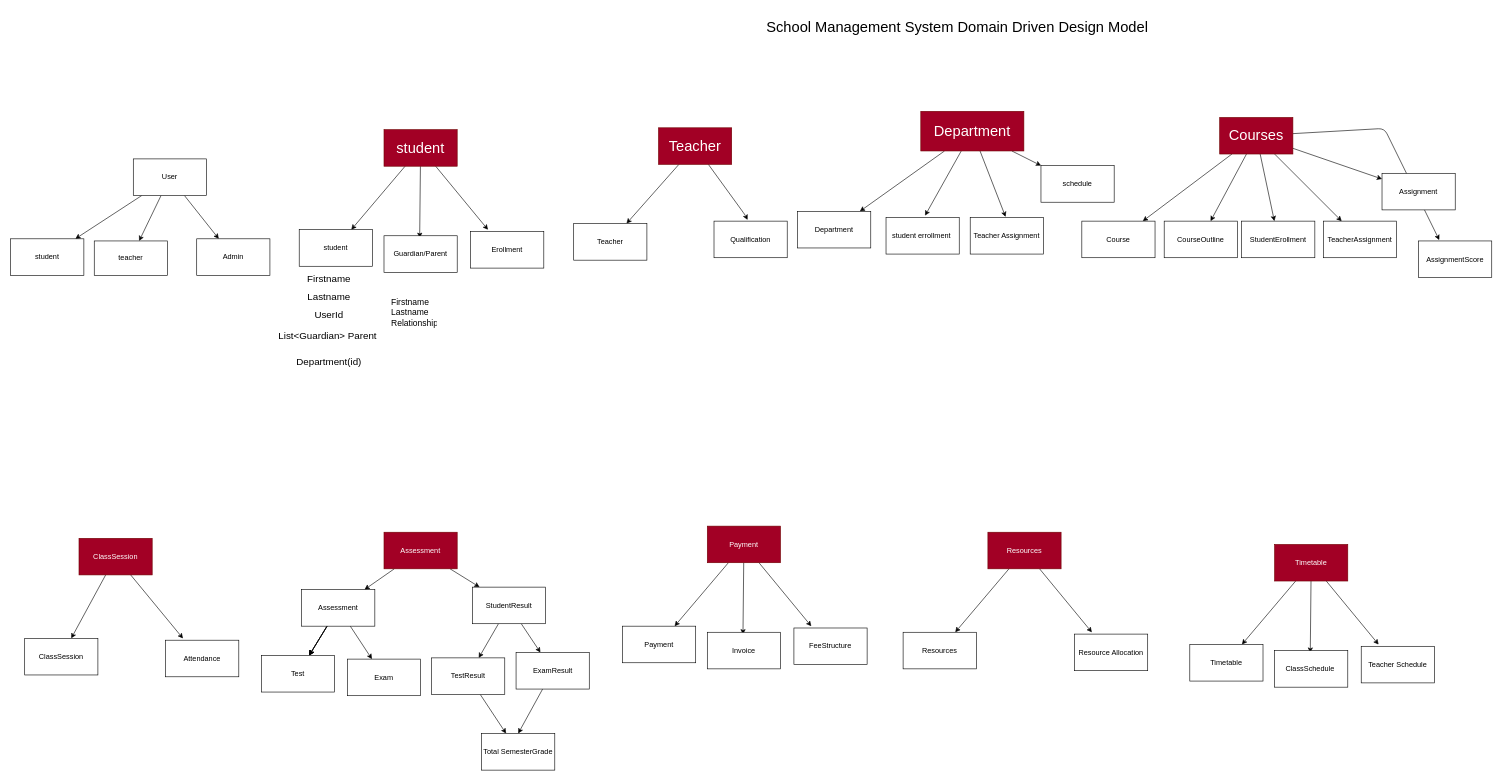
This is app.drawio from hakeem2499/SchoolAutomation, a draw.io file, before an edit. Source tidied: cells renumbered, new cells numbered last; positions are measured from the earlier drawing's top-left corner, leaving out a move shared by most shapes. Both pictures are drawn from the tidied source at 61%, with x=0, y=0 at pixel (10, 10).
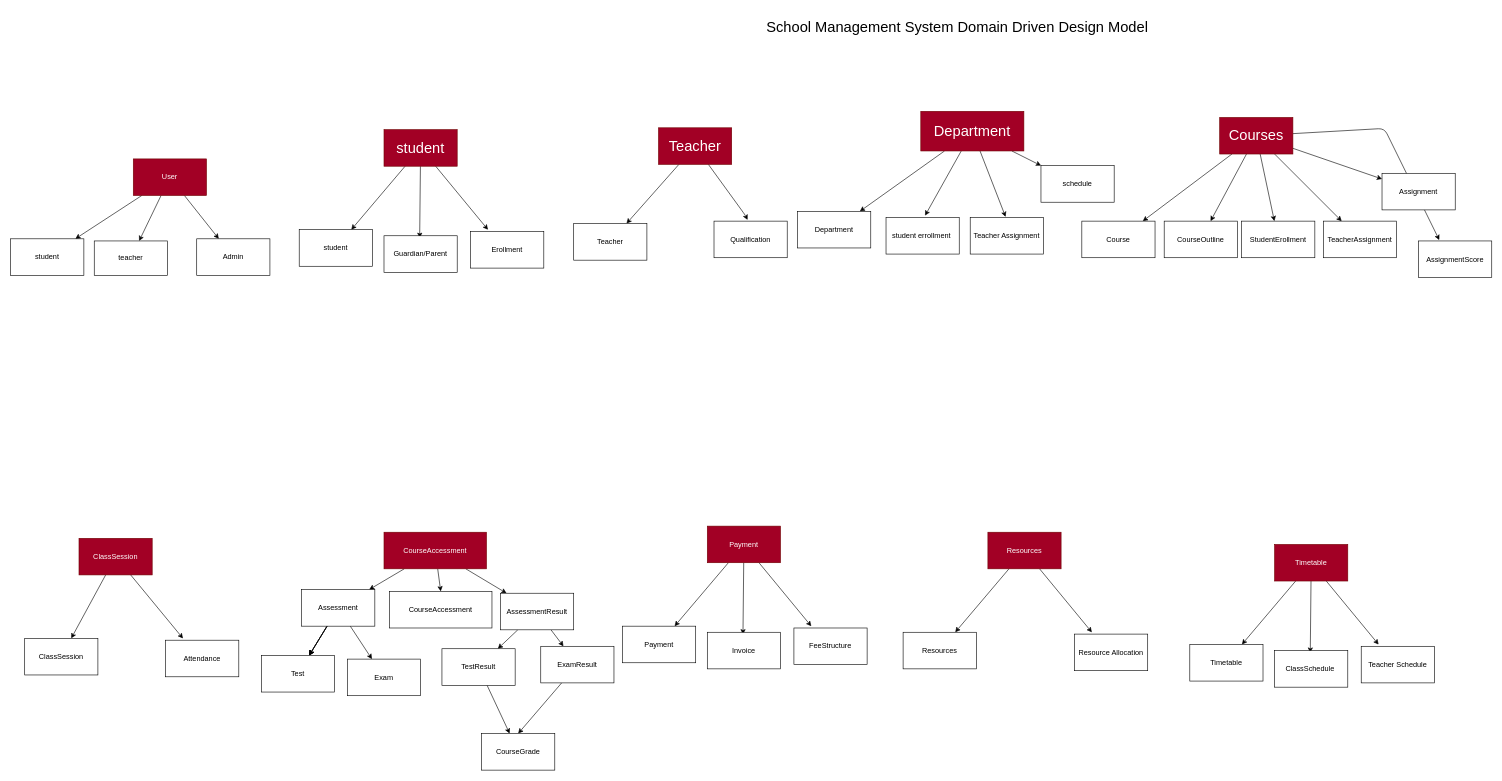
After the change.

Change to the diagram source:
```diff
@@
-    <mxCell id="5" value="User" style="rounded=0;whiteSpace=wrap;html=1;" parent="1" vertex="1">
+    <mxCell id="5" value="User" style="rounded=0;whiteSpace=wrap;html=1;fillColor=#a20025;fontColor=#ffffff;strokeColor=#6F0000;" parent="1" vertex="1">
       <mxGeometry x="201" y="243" width="120" height="60" as="geometry" />
     </mxCell>
@@
+    <mxCell id="93" style="edgeStyle=none;html=1;fontColor=#FF6666;entryX=0.5;entryY=0;entryDx=0;entryDy=0;" parent="1" edge="1" source="31" target="94">
+      <mxGeometry relative="1" as="geometry" />
+    </mxCell>
-    <mxCell id="31" value="Assessment" style="rounded=0;whiteSpace=wrap;html=1;fillColor=#a20025;fontColor=#ffffff;strokeColor=#6F0000;" parent="1" vertex="1">
-      <mxGeometry x="612" y="855" width="120" height="60" as="geometry" />
+    <mxCell id="31" value="CourseAccessment" style="rounded=0;whiteSpace=wrap;html=1;fillColor=#a20025;fontColor=#ffffff;strokeColor=#6F0000;" parent="1" vertex="1">
+      <mxGeometry x="612" y="855" width="168" height="60" as="geometry" />
     </mxCell>
@@
-    <mxCell id="40" value="StudentResult" style="rounded=0;whiteSpace=wrap;html=1;" parent="1" vertex="1">
-      <mxGeometry x="757" y="945" width="120" height="60" as="geometry" />
+    <mxCell id="40" value="AssessmentResult" style="rounded=0;whiteSpace=wrap;html=1;" parent="1" vertex="1">
+      <mxGeometry x="803" y="955" width="120" height="60" as="geometry" />
     </mxCell>
@@
-    <mxCell id="76" value="&lt;font size=&quot;3&quot;&gt;Firstname&lt;/font&gt;" style="text;html=1;strokeColor=none;fillColor=none;align=center;verticalAlign=middle;whiteSpace=wrap;rounded=0;fontSize=24;" parent="1" vertex="1">
-      <mxGeometry x="473" y="422" width="98" height="32" as="geometry" />
-    </mxCell>
-    <mxCell id="77" value="&lt;font size=&quot;3&quot;&gt;Lastname&lt;/font&gt;" style="text;html=1;strokeColor=none;fillColor=none;align=center;verticalAlign=middle;whiteSpace=wrap;rounded=0;fontSize=24;" parent="1" vertex="1">
-      <mxGeometry x="473" y="451" width="98" height="32" as="geometry" />
-    </mxCell>
-    <mxCell id="78" value="&lt;font size=&quot;3&quot;&gt;UserId&lt;/font&gt;" style="text;html=1;strokeColor=none;fillColor=none;align=center;verticalAlign=middle;whiteSpace=wrap;rounded=0;fontSize=24;" parent="1" vertex="1">
-      <mxGeometry x="473" y="481" width="98" height="32" as="geometry" />
-    </mxCell>
-    <mxCell id="79" value="&lt;font size=&quot;3&quot;&gt;List&amp;lt;Guardian&amp;gt; Parent&amp;nbsp;&lt;/font&gt;" style="text;html=1;strokeColor=none;fillColor=none;align=center;verticalAlign=middle;whiteSpace=wrap;rounded=0;fontSize=24;" parent="1" vertex="1">
-      <mxGeometry x="437" y="513" width="170" height="35" as="geometry" />
-    </mxCell>
-    <mxCell id="80" value="&lt;font style=&quot;font-size: 14px;&quot;&gt;Firstname&lt;br&gt;Lastname&lt;br&gt;Relationship&lt;br&gt;&lt;/font&gt;" style="text;strokeColor=none;fillColor=none;align=left;verticalAlign=middle;spacingLeft=4;spacingRight=4;overflow=hidden;whiteSpace=wrap;html=1;fontSize=14;strokeWidth=12;" parent="1" vertex="1">
-      <mxGeometry x="618" y="446" width="85" height="97" as="geometry" />
-    </mxCell>
-    <mxCell id="81" value="&lt;font size=&quot;3&quot;&gt;Department(id)&lt;/font&gt;" style="text;html=1;strokeColor=none;fillColor=none;align=center;verticalAlign=middle;whiteSpace=wrap;rounded=0;fontSize=24;" parent="1" vertex="1">
-      <mxGeometry x="473" y="557" width="98" height="32" as="geometry" />
-    </mxCell>
@@
     <mxCell id="89" value="TestResult" style="whiteSpace=wrap;html=1;rounded=0;" parent="1" vertex="1">
-      <mxGeometry x="690" y="1061" width="120" height="60" as="geometry" />
+      <mxGeometry x="707" y="1046" width="120" height="60" as="geometry" />
     </mxCell>
@@
     <mxCell id="91" value="ExamResult" style="rounded=0;whiteSpace=wrap;html=1;" parent="1" vertex="1">
-      <mxGeometry x="828.5" y="1052.1" width="120" height="60" as="geometry" />
+      <mxGeometry x="869" y="1042" width="120" height="60" as="geometry" />
     </mxCell>
-    <mxCell id="92" value="Total SemesterGrade" style="whiteSpace=wrap;html=1;rounded=0;" parent="1" vertex="1">
+    <mxCell id="92" value="CourseGrade" style="whiteSpace=wrap;html=1;rounded=0;" parent="1" vertex="1">
       <mxGeometry x="772" y="1185" width="120" height="60" as="geometry" />
     </mxCell>
+    <mxCell id="94" value="&lt;font color=&quot;#000000&quot;&gt;CourseAccessment&lt;/font&gt;" style="rounded=0;whiteSpace=wrap;html=1;fontColor=#FF6666;" parent="1" vertex="1">
+      <mxGeometry x="621" y="952" width="168" height="60" as="geometry" />
+    </mxCell>
```
